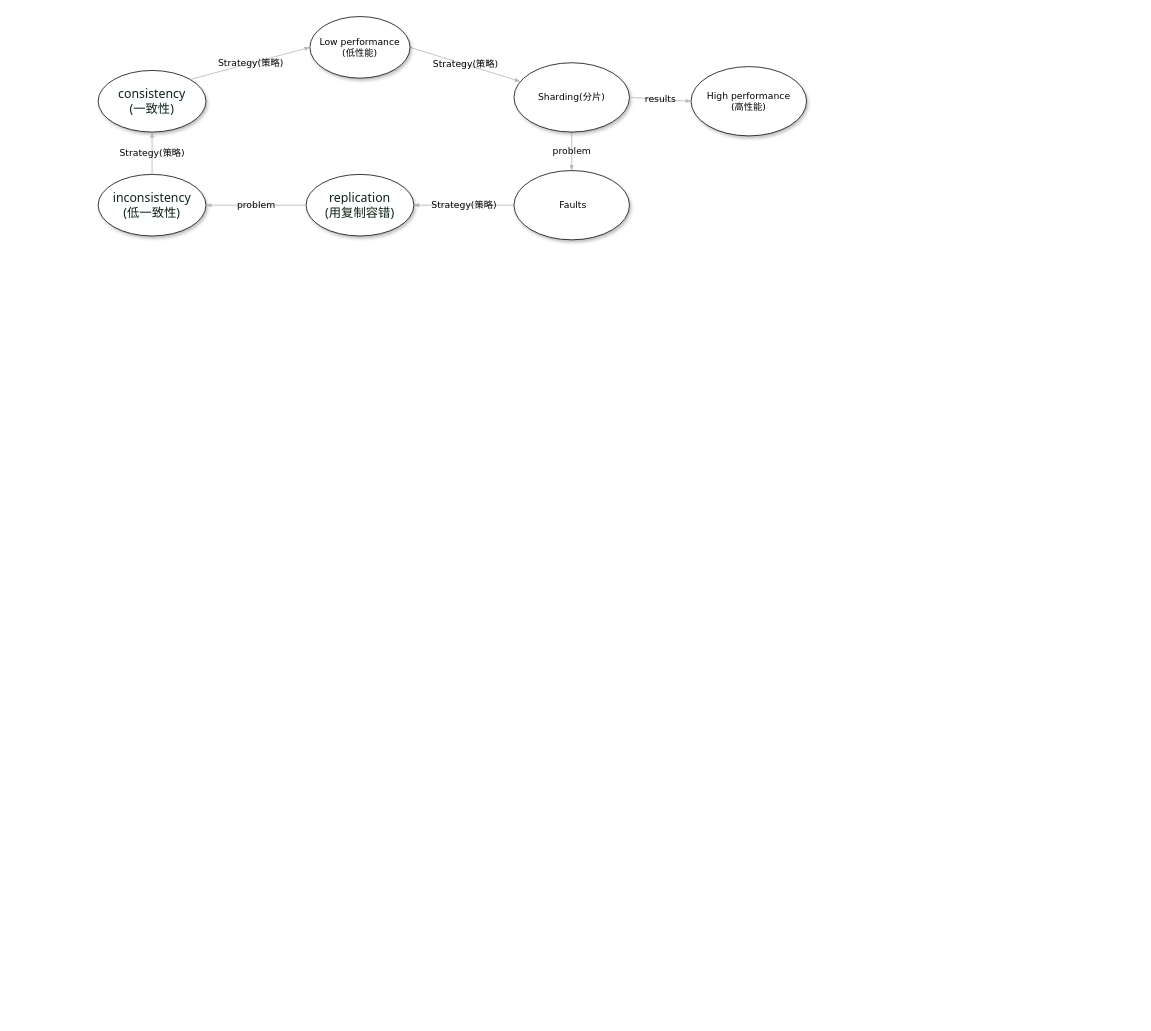
Before: 分布式理论.drawio in GIS142857/UML, a draw.io diagram. Source tidied: cells renumbered, new cells numbered last; positions are measured from the earlier drawing's top-left corner, leaving out a move shared by most shapes. Both pictures are drawn from the tidied source at 77%, with x=0, y=0 at pixel (98, 16).
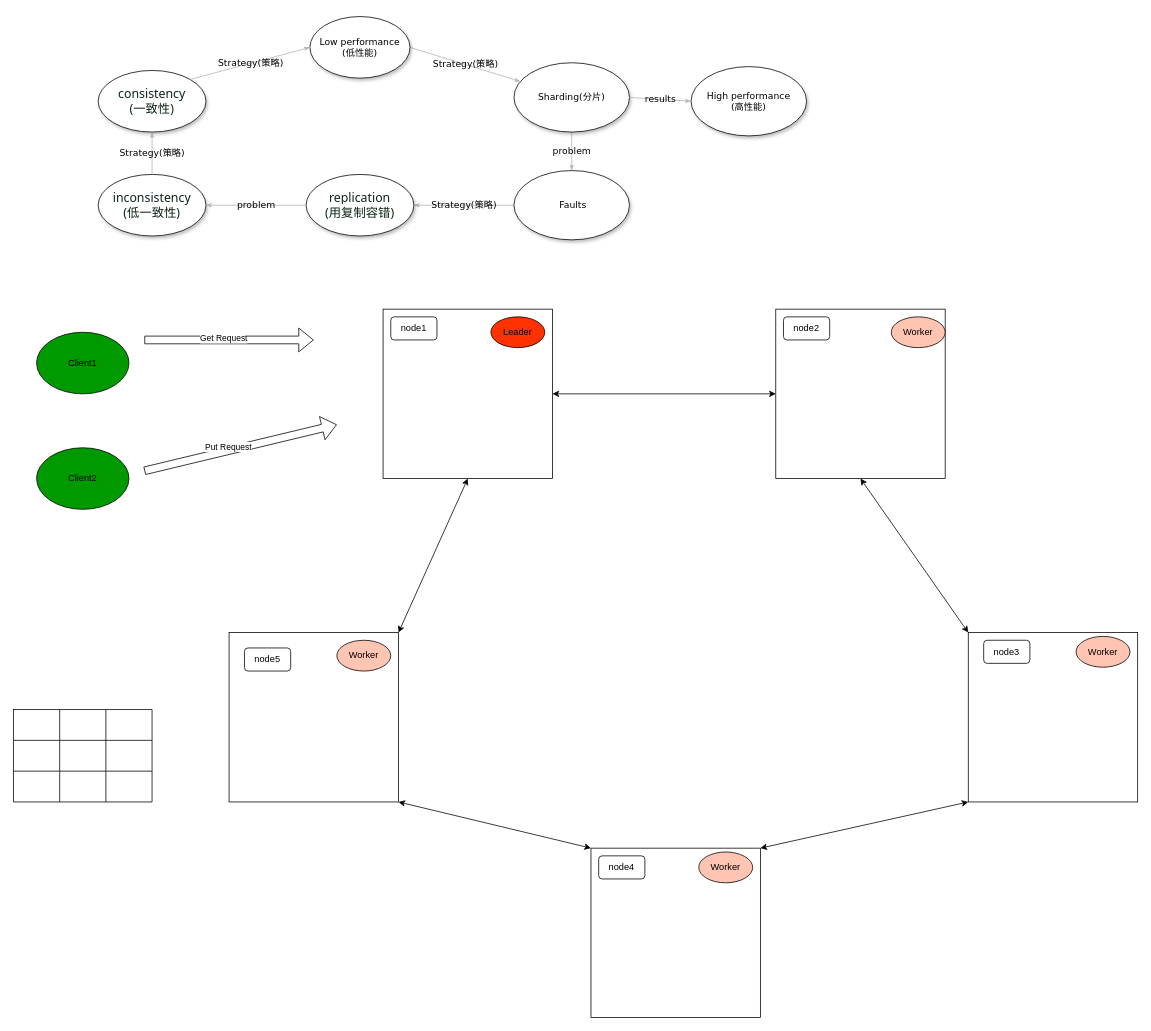
Above is the later version.

Commit message:
Update 分布式理论.drawio

Diff of the diagram source:
```diff
@@
+    <mxCell id="16" style="whiteSpace=wrap;html=1;" parent="1" vertex="1">
+      <mxGeometry x="370" y="380" width="220" height="220" as="geometry" />
+    </mxCell>
+    <mxCell id="17" style="whiteSpace=wrap;html=1;" parent="1" vertex="1">
+      <mxGeometry x="640" y="1080" width="220" height="220" as="geometry" />
+    </mxCell>
+    <mxCell id="18" style="whiteSpace=wrap;html=1;" parent="1" vertex="1">
+      <mxGeometry x="880" y="380" width="220" height="220" as="geometry" />
+    </mxCell>
+    <mxCell id="19" style="endArrow=classic;startArrow=classic;html=1;rounded=0;entryX=0;entryY=1;entryDx=0;entryDy=0;exitX=1;exitY=0;exitDx=0;exitDy=0;" parent="1" edge="1" source="17" target="30">
+      <mxGeometry relative="1" as="geometry" />
+    </mxCell>
+    <mxCell id="20" style="endArrow=classic;startArrow=classic;html=1;rounded=0;entryX=1;entryY=1;entryDx=0;entryDy=0;exitX=0;exitY=0;exitDx=0;exitDy=0;" parent="1" edge="1" source="17" target="32">
+      <mxGeometry relative="1" as="geometry" />
+    </mxCell>
+    <mxCell id="21" style="endArrow=classic;startArrow=classic;html=1;rounded=0;entryX=0;entryY=0.5;entryDx=0;entryDy=0;exitX=1;exitY=0.5;exitDx=0;exitDy=0;" parent="1" edge="1" source="16" target="18">
+      <mxGeometry relative="1" as="geometry" />
+    </mxCell>
+    <mxCell id="22" value="Client2" style="ellipse;whiteSpace=wrap;html=1;fillColor=light-dark(#009900,var(--ge-dark-color, #121212));" parent="1" vertex="1">
+      <mxGeometry x="-80" y="560" width="120" height="80" as="geometry" />
+    </mxCell>
+    <mxCell id="23" value="Client1" style="ellipse;whiteSpace=wrap;html=1;fillColor=light-dark(#009900,var(--ge-dark-color, #121212));" parent="1" vertex="1">
+      <mxGeometry x="-80" y="410" width="120" height="80" as="geometry" />
+    </mxCell>
+    <mxCell id="24" style="shape=flexArrow;endArrow=classic;html=1;rounded=0;" parent="1" edge="1">
+      <mxGeometry relative="1" as="geometry">
+        <mxPoint x="60" y="420" as="sourcePoint" />
+        <mxPoint x="280" y="420" as="targetPoint" />
+      </mxGeometry>
+    </mxCell>
+    <mxCell id="25" value="Get Request" style="edgeLabel;html=1;align=center;verticalAlign=middle;" parent="24" vertex="1">
+      <mxGeometry x="-0.07" y="3" relative="1" as="geometry" />
+    </mxCell>
+    <mxCell id="26" style="shape=flexArrow;endArrow=classic;html=1;rounded=0;" parent="1" edge="1">
+      <mxGeometry relative="1" as="geometry">
+        <mxPoint x="60" y="590" as="sourcePoint" />
+        <mxPoint x="310" y="530" as="targetPoint" />
+      </mxGeometry>
+    </mxCell>
+    <mxCell id="27" value="Put Request" style="edgeLabel;html=1;align=center;verticalAlign=middle;" parent="26" vertex="1">
+      <mxGeometry x="-0.12" y="5" relative="1" as="geometry" />
+    </mxCell>
+    <mxCell id="28" value="node1" style="rounded=1;whiteSpace=wrap;html=1;" parent="1" vertex="1">
+      <mxGeometry x="380" y="390" width="60" height="30" as="geometry" />
+    </mxCell>
+    <mxCell id="29" value="node2" style="rounded=1;whiteSpace=wrap;html=1;" parent="1" vertex="1">
+      <mxGeometry x="890" y="390" width="60" height="30" as="geometry" />
+    </mxCell>
+    <mxCell id="30" style="whiteSpace=wrap;html=1;" parent="1" vertex="1">
+      <mxGeometry x="1130" y="800" width="220" height="220" as="geometry" />
+    </mxCell>
+    <mxCell id="31" value="node4" style="rounded=1;whiteSpace=wrap;html=1;" parent="1" vertex="1">
+      <mxGeometry x="650" y="1090" width="60" height="30" as="geometry" />
+    </mxCell>
+    <mxCell id="32" style="whiteSpace=wrap;html=1;" parent="1" vertex="1">
+      <mxGeometry x="170" y="800" width="220" height="220" as="geometry" />
+    </mxCell>
+    <mxCell id="33" value="node5" style="rounded=1;whiteSpace=wrap;html=1;" parent="1" vertex="1">
+      <mxGeometry x="190" y="820" width="60" height="30" as="geometry" />
+    </mxCell>
+    <mxCell id="34" value="node3" style="rounded=1;whiteSpace=wrap;html=1;" parent="1" vertex="1">
+      <mxGeometry x="1150" y="810" width="60" height="30" as="geometry" />
+    </mxCell>
+    <mxCell id="35" style="endArrow=classic;startArrow=classic;html=1;rounded=0;entryX=1;entryY=0;entryDx=0;entryDy=0;exitX=0.5;exitY=1;exitDx=0;exitDy=0;" parent="1" edge="1" source="16" target="32">
+      <mxGeometry relative="1" as="geometry" />
+    </mxCell>
+    <mxCell id="36" style="endArrow=classic;startArrow=classic;html=1;rounded=0;entryX=0.5;entryY=1;entryDx=0;entryDy=0;exitX=0;exitY=0;exitDx=0;exitDy=0;" parent="1" edge="1" source="30" target="18">
+      <mxGeometry relative="1" as="geometry" />
+    </mxCell>
+    <mxCell id="37" value="Leader" style="ellipse;whiteSpace=wrap;html=1;fillColor=light-dark(#FF3200,var(--ge-dark-color, #121212));" parent="1" vertex="1">
+      <mxGeometry x="510" y="390" width="70" height="40" as="geometry" />
+    </mxCell>
+    <mxCell id="38" value="Worker" style="ellipse;whiteSpace=wrap;html=1;fillColor=light-dark(#FFC4B2,var(--ge-dark-color, #121212));" parent="1" vertex="1">
+      <mxGeometry x="1030" y="390" width="70" height="40" as="geometry" />
+    </mxCell>
+    <mxCell id="39" value="Worker" style="ellipse;whiteSpace=wrap;html=1;fillColor=light-dark(#FFC4B2,var(--ge-dark-color, #121212));" parent="1" vertex="1">
+      <mxGeometry x="1270" y="805" width="70" height="40" as="geometry" />
+    </mxCell>
+    <mxCell id="40" value="Worker" style="ellipse;whiteSpace=wrap;html=1;fillColor=light-dark(#FFC4B2,var(--ge-dark-color, #121212));" parent="1" vertex="1">
+      <mxGeometry x="780" y="1085" width="70" height="40" as="geometry" />
+    </mxCell>
+    <mxCell id="41" value="Worker" style="ellipse;whiteSpace=wrap;html=1;fillColor=light-dark(#FFC4B2,var(--ge-dark-color, #121212));" parent="1" vertex="1">
+      <mxGeometry x="310" y="810" width="70" height="40" as="geometry" />
+    </mxCell>
+    <mxCell id="42" style="shape=table;startSize=0;childLayout=tableLayout;fontSize=16;" parent="1" vertex="1">
+      <mxGeometry x="-110" y="900" width="180" height="120" as="geometry" />
+    </mxCell>
+    <mxCell id="43" style="shape=tableRow;horizontal=0;startSize=0;swimlaneHead=0;swimlaneBody=0;strokeColor=inherit;top=0;left=0;bottom=0;right=0;fillColor=none;fontSize=16;" parent="42" vertex="1">
+      <mxGeometry width="180" height="40" as="geometry" />
+    </mxCell>
+    <mxCell id="44" style="shape=partialRectangle;html=1;whiteSpace=wrap;strokeColor=inherit;overflow=hidden;fillColor=none;top=0;left=0;bottom=0;right=0;fontSize=16;" parent="43" vertex="1">
+      <mxGeometry width="60" height="40" as="geometry" />
+    </mxCell>
+    <mxCell id="45" style="shape=partialRectangle;html=1;whiteSpace=wrap;strokeColor=inherit;overflow=hidden;fillColor=none;top=0;left=0;bottom=0;right=0;fontSize=16;" parent="43" vertex="1">
+      <mxGeometry x="60" width="60" height="40" as="geometry" />
+    </mxCell>
+    <mxCell id="46" style="shape=partialRectangle;html=1;whiteSpace=wrap;strokeColor=inherit;overflow=hidden;fillColor=none;top=0;left=0;bottom=0;right=0;fontSize=16;" parent="43" vertex="1">
+      <mxGeometry x="120" width="60" height="40" as="geometry" />
+    </mxCell>
+    <mxCell id="47" style="shape=tableRow;horizontal=0;startSize=0;swimlaneHead=0;swimlaneBody=0;strokeColor=inherit;top=0;left=0;bottom=0;right=0;fillColor=none;points=[[0,0.5],[1,0.5]];portConstraint=eastwest;fontSize=16;" parent="42" vertex="1">
+      <mxGeometry y="40" width="180" height="40" as="geometry" />
+    </mxCell>
+    <mxCell id="48" style="shape=partialRectangle;html=1;whiteSpace=wrap;strokeColor=inherit;overflow=hidden;fillColor=none;top=0;left=0;bottom=0;right=0;fontSize=16;" parent="47" vertex="1">
+      <mxGeometry width="60" height="40" as="geometry" />
+    </mxCell>
+    <mxCell id="49" style="shape=partialRectangle;html=1;whiteSpace=wrap;strokeColor=inherit;overflow=hidden;fillColor=none;top=0;left=0;bottom=0;right=0;fontSize=16;" parent="47" vertex="1">
+      <mxGeometry x="60" width="60" height="40" as="geometry" />
+    </mxCell>
+    <mxCell id="50" style="shape=partialRectangle;html=1;whiteSpace=wrap;strokeColor=inherit;overflow=hidden;fillColor=none;top=0;left=0;bottom=0;right=0;fontSize=16;" parent="47" vertex="1">
+      <mxGeometry x="120" width="60" height="40" as="geometry" />
+    </mxCell>
+    <mxCell id="51" style="shape=tableRow;horizontal=0;startSize=0;swimlaneHead=0;swimlaneBody=0;strokeColor=inherit;top=0;left=0;bottom=0;right=0;fillColor=none;fontSize=16;" parent="42" vertex="1">
+      <mxGeometry y="80" width="180" height="40" as="geometry" />
+    </mxCell>
+    <mxCell id="52" style="shape=partialRectangle;html=1;whiteSpace=wrap;strokeColor=inherit;overflow=hidden;fillColor=none;top=0;left=0;bottom=0;right=0;fontSize=16;" parent="51" vertex="1">
+      <mxGeometry width="60" height="40" as="geometry" />
+    </mxCell>
+    <mxCell id="53" style="shape=partialRectangle;html=1;whiteSpace=wrap;strokeColor=inherit;overflow=hidden;fillColor=none;top=0;left=0;bottom=0;right=0;fontSize=16;" parent="51" vertex="1">
+      <mxGeometry x="60" width="60" height="40" as="geometry" />
+    </mxCell>
+    <mxCell id="54" style="shape=partialRectangle;html=1;whiteSpace=wrap;strokeColor=inherit;overflow=hidden;fillColor=none;top=0;left=0;bottom=0;right=0;fontSize=16;" parent="51" vertex="1">
+      <mxGeometry x="120" width="60" height="40" as="geometry" />
+    </mxCell>
+    <mxCell id="55" style="edgeStyle=orthogonalEdgeStyle;rounded=0;orthogonalLoop=1;jettySize=auto;html=1;exitX=1;exitY=0.5;exitDx=0;exitDy=0;" parent="42" edge="1" source="47" target="47">
+      <mxGeometry relative="1" as="geometry" />
+    </mxCell>
```
